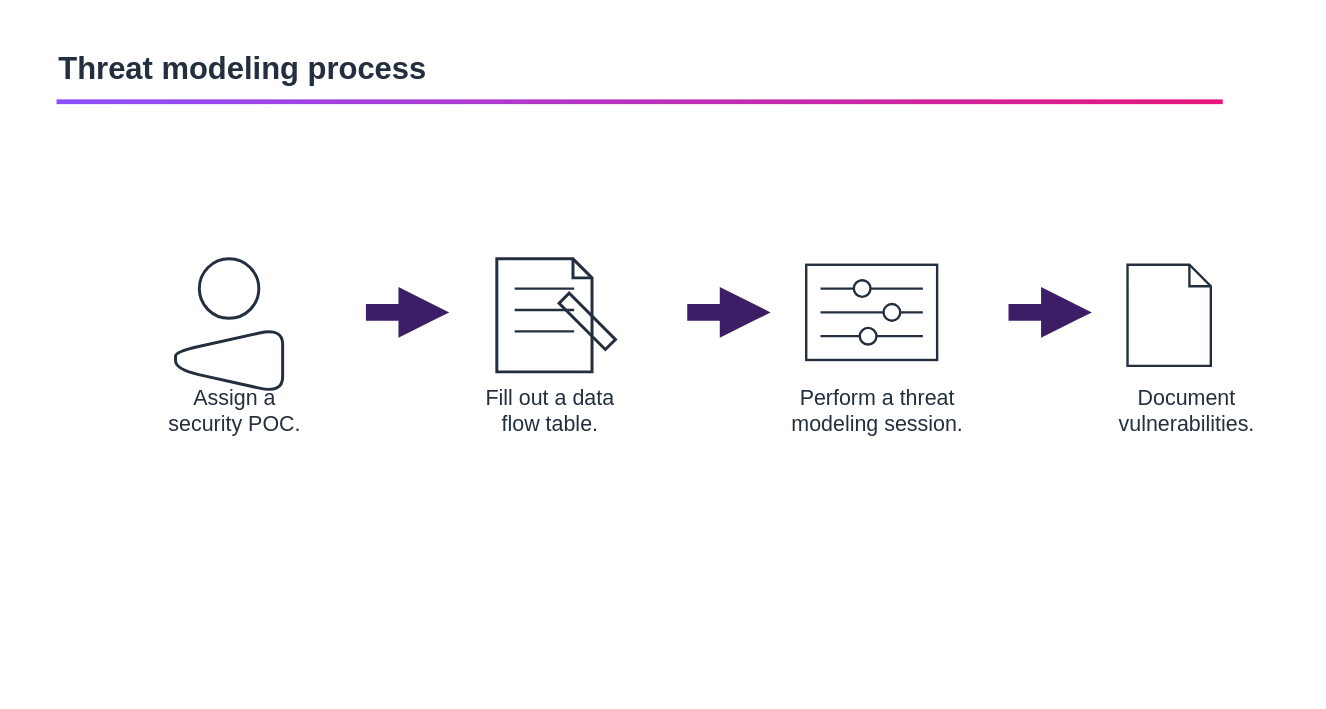
This is scripts/sec-eng-aws/diagrams/src/m01-threat-modeling-process.drawio from schinchli/katalyst-lms-web, a draw.io file, before an edit. Source tidied: cells renumbered, new cells numbered last; positions are measured from the earlier drawing's top-left corner, leaving out a move shared by most shapes. Both pictures are drawn from the tidied source at 119%, with x=0, y=0 at pixel (56, 44). Pictures stored in the file or linked from it are replaced by grey dashed boxes.
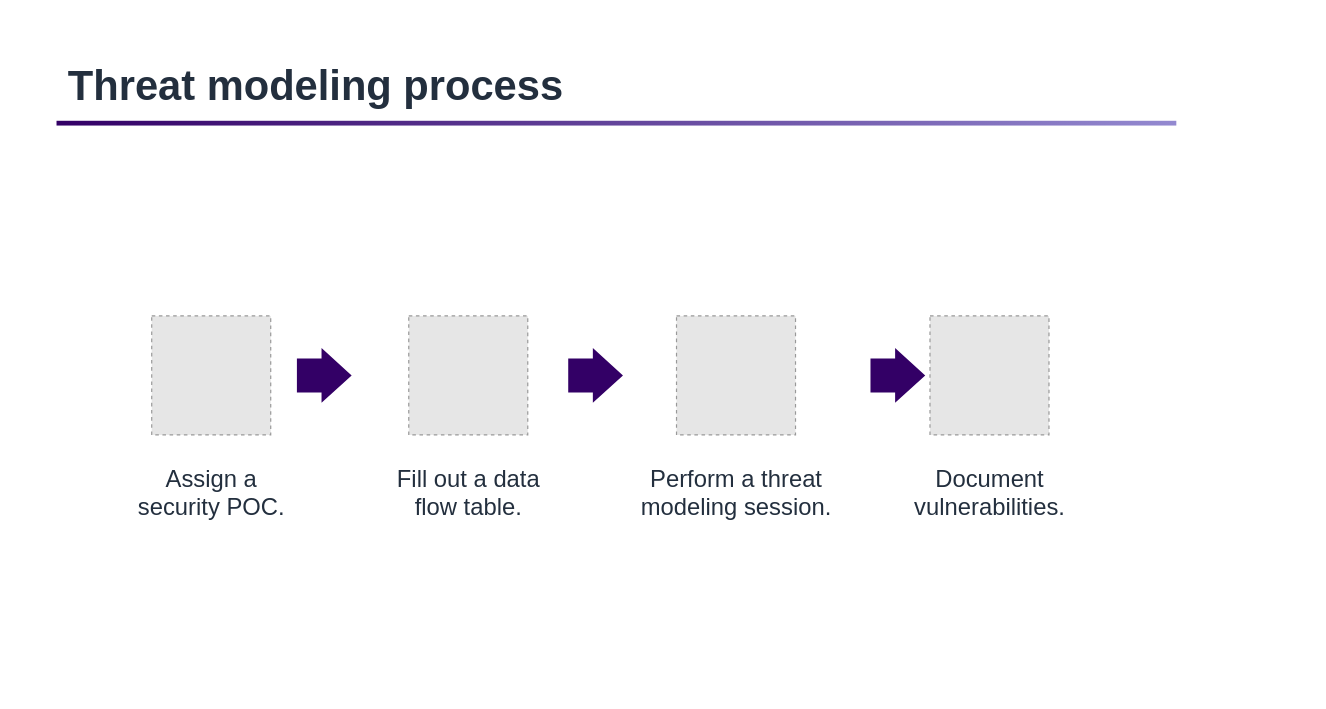
The same diagram, later.

Change to the diagram source:
```diff
@@
+    <mxCell id="26" style="rounded=0;whiteSpace=wrap;html=1;fillColor=#FFFFFF;strokeColor=none;" parent="1" vertex="1">
+      <mxGeometry x="-30" y="-20" width="1000" height="562" as="geometry" />
+    </mxCell>
-    <mxCell id="2" value="Threat modeling process" style="text;html=1;align=left;verticalAlign=middle;fontSize=26;fontStyle=1;fontColor=#232F3E;" parent="1" vertex="1">
-      <mxGeometry width="600" height="40" as="geometry" />
+    <mxCell id="2" value="Threat modeling process" style="text;html=1;align=left;verticalAlign=middle;fontSize=35;fontFamily=Amazon Ember;fontColor=#232F3E;fontStyle=1;" parent="1" vertex="1">
+      <mxGeometry x="8" y="10" width="760" height="48" as="geometry" />
     </mxCell>
-    <mxCell id="3" style="rounded=0;whiteSpace=wrap;html=1;fillColor=#8C4FFF;strokeColor=none;gradientColor=#E7157B;gradientDirection=east;" parent="1" vertex="1">
-      <mxGeometry y="46" width="980" height="4" as="geometry" />
+    <mxCell id="3" style="rounded=0;html=1;fillColor=#330066;gradientColor=#9389D0;gradientDirection=east;strokeColor=none;" parent="1" vertex="1">
+      <mxGeometry y="64" width="941" height="4" as="geometry" />
     </mxCell>
-    <mxCell id="4" style="ellipse;html=1;fillColor=none;strokeColor=#232F3E;strokeWidth=2.5;" parent="1" vertex="1">
-      <mxGeometry x="120" y="180" width="50" height="50" as="geometry" />
-    </mxCell>
-    <mxCell id="5" style="shape=trapezoid;perimeter=trapezoidPerimeter;html=1;fillColor=none;strokeColor=#232F3E;strokeWidth=2.5;arcSize=40;rounded=1;direction=north;fixedSize=1;size=20;" parent="1" vertex="1">
-      <mxGeometry x="100" y="238" width="90" height="55" as="geometry" />
-    </mxCell>
+    <mxCell id="27" style="fillColor=#E6E6E6;strokeColor=#999999;dashed=1;html=1;verticalLabelPosition=bottom;verticalAlign=top;align=center;fontColor=#232F3E;fontSize=13;fontFamily=Amazon Ember;labelBackgroundColor=none;" parent="1" vertex="1">
+      <mxGeometry x="80" y="228" width="100" height="100" as="geometry" />
+    </mxCell>
+    <mxCell id="28" style="fillColor=#E6E6E6;strokeColor=#999999;dashed=1;html=1;verticalLabelPosition=bottom;verticalAlign=top;align=center;fontColor=#232F3E;fontSize=13;fontFamily=Amazon Ember;labelBackgroundColor=none;" parent="1" vertex="1">
+      <mxGeometry x="296" y="228" width="100" height="100" as="geometry" />
+    </mxCell>
+    <mxCell id="29" style="fillColor=#E6E6E6;strokeColor=#999999;dashed=1;html=1;verticalLabelPosition=bottom;verticalAlign=top;align=center;fontColor=#232F3E;fontSize=13;fontFamily=Amazon Ember;labelBackgroundColor=none;" parent="1" vertex="1">
+      <mxGeometry x="521" y="228" width="100" height="100" as="geometry" />
+    </mxCell>
+    <mxCell id="30" style="fillColor=#E6E6E6;strokeColor=#999999;dashed=1;html=1;verticalLabelPosition=bottom;verticalAlign=top;align=center;fontColor=#232F3E;fontSize=13;fontFamily=Amazon Ember;labelBackgroundColor=none;" parent="1" vertex="1">
+      <mxGeometry x="734" y="228" width="100" height="100" as="geometry" />
+    </mxCell>
-    <mxCell id="6" value="Assign a&#10;security POC." style="text;html=1;align=center;verticalAlign=top;fontSize=18;fontColor=#232F3E;whiteSpace=wrap;" parent="1" vertex="1">
-      <mxGeometry x="50" y="280" width="200" height="60" as="geometry" />
+    <mxCell id="6" value="Assign a&#10;security POC." style="text;html=1;align=center;verticalAlign=middle;fontSize=20;fontFamily=Amazon Ember;fontColor=#232F3E;" parent="1" vertex="1">
+      <mxGeometry x="20" y="348" width="220" height="56" as="geometry" />
     </mxCell>
-    <mxCell id="7" style="endArrow=block;html=1;strokeColor=#3B1E66;strokeWidth=14;fillColor=#3B1E66;" parent="1" edge="1">
-      <mxGeometry relative="1" as="geometry">
-        <mxPoint x="260" y="225" as="sourcePoint" />
-        <mxPoint x="330" y="225" as="targetPoint" />
-      </mxGeometry>
-    </mxCell>
-    <mxCell id="8" style="shape=note;html=1;fillColor=none;strokeColor=#232F3E;strokeWidth=2.5;size=16;" parent="1" vertex="1">
-      <mxGeometry x="370" y="180" width="80" height="95" as="geometry" />
-    </mxCell>
-    <mxCell id="9" style="endArrow=none;html=1;strokeColor=#232F3E;strokeWidth=2;" parent="1" edge="1">
-      <mxGeometry relative="1" as="geometry">
-        <mxPoint x="385" y="205" as="sourcePoint" />
-        <mxPoint x="435" y="205" as="targetPoint" />
-      </mxGeometry>
-    </mxCell>
-    <mxCell id="10" style="endArrow=none;html=1;strokeColor=#232F3E;strokeWidth=2;" parent="1" edge="1">
-      <mxGeometry relative="1" as="geometry">
-        <mxPoint x="385" y="223" as="sourcePoint" />
-        <mxPoint x="435" y="223" as="targetPoint" />
-      </mxGeometry>
-    </mxCell>
-    <mxCell id="11" style="endArrow=none;html=1;strokeColor=#232F3E;strokeWidth=2;" parent="1" edge="1">
-      <mxGeometry relative="1" as="geometry">
-        <mxPoint x="385" y="241" as="sourcePoint" />
-        <mxPoint x="435" y="241" as="targetPoint" />
-      </mxGeometry>
-    </mxCell>
-    <mxCell id="12" style="rounded=0;html=1;fillColor=none;strokeColor=#232F3E;strokeWidth=2.5;rotation=-45;" parent="1" vertex="1">
-      <mxGeometry x="440" y="205" width="12" height="55" as="geometry" />
-    </mxCell>
-    <mxCell id="13" value="Fill out a data&#10;flow table." style="text;html=1;align=center;verticalAlign=top;fontSize=18;fontColor=#232F3E;whiteSpace=wrap;" parent="1" vertex="1">
-      <mxGeometry x="315" y="280" width="200" height="60" as="geometry" />
+    <mxCell id="13" value="Fill out a data&#10;flow table." style="text;html=1;align=center;verticalAlign=middle;fontSize=20;fontFamily=Amazon Ember;fontColor=#232F3E;" parent="1" vertex="1">
+      <mxGeometry x="236" y="348" width="220" height="56" as="geometry" />
     </mxCell>
-    <mxCell id="14" style="endArrow=block;html=1;strokeColor=#3B1E66;strokeWidth=14;fillColor=#3B1E66;" parent="1" edge="1">
-      <mxGeometry relative="1" as="geometry">
-        <mxPoint x="530" y="225" as="sourcePoint" />
-        <mxPoint x="600" y="225" as="targetPoint" />
-      </mxGeometry>
-    </mxCell>
-    <mxCell id="15" style="rounded=0;whiteSpace=wrap;html=1;fillColor=none;strokeColor=#232F3E;strokeWidth=2;" parent="1" vertex="1">
-      <mxGeometry x="630" y="185" width="110" height="80" as="geometry" />
-    </mxCell>
-    <mxCell id="16" style="endArrow=none;html=1;strokeColor=#232F3E;strokeWidth=2;" parent="1" edge="1">
-      <mxGeometry relative="1" as="geometry">
-        <mxPoint x="642" y="205" as="sourcePoint" />
-        <mxPoint x="728" y="205" as="targetPoint" />
-      </mxGeometry>
-    </mxCell>
-    <mxCell id="17" style="endArrow=none;html=1;strokeColor=#232F3E;strokeWidth=2;" parent="1" edge="1">
-      <mxGeometry relative="1" as="geometry">
-        <mxPoint x="642" y="225" as="sourcePoint" />
-        <mxPoint x="728" y="225" as="targetPoint" />
-      </mxGeometry>
-    </mxCell>
-    <mxCell id="18" style="endArrow=none;html=1;strokeColor=#232F3E;strokeWidth=2;" parent="1" edge="1">
-      <mxGeometry relative="1" as="geometry">
-        <mxPoint x="642" y="245" as="sourcePoint" />
-        <mxPoint x="728" y="245" as="targetPoint" />
-      </mxGeometry>
-    </mxCell>
-    <mxCell id="19" style="ellipse;html=1;fillColor=#FFFFFF;strokeColor=#232F3E;strokeWidth=2;" parent="1" vertex="1">
-      <mxGeometry x="670" y="198" width="14" height="14" as="geometry" />
-    </mxCell>
-    <mxCell id="20" style="ellipse;html=1;fillColor=#FFFFFF;strokeColor=#232F3E;strokeWidth=2;" parent="1" vertex="1">
-      <mxGeometry x="695" y="218" width="14" height="14" as="geometry" />
-    </mxCell>
-    <mxCell id="21" style="ellipse;html=1;fillColor=#FFFFFF;strokeColor=#232F3E;strokeWidth=2;" parent="1" vertex="1">
-      <mxGeometry x="675" y="238" width="14" height="14" as="geometry" />
-    </mxCell>
-    <mxCell id="22" value="Perform a threat&#10;modeling session." style="text;html=1;align=center;verticalAlign=top;fontSize=18;fontColor=#232F3E;whiteSpace=wrap;" parent="1" vertex="1">
-      <mxGeometry x="580" y="280" width="220" height="60" as="geometry" />
+    <mxCell id="22" value="Perform a threat&#10;modeling session." style="text;html=1;align=center;verticalAlign=middle;fontSize=20;fontFamily=Amazon Ember;fontColor=#232F3E;" parent="1" vertex="1">
+      <mxGeometry x="461" y="348" width="220" height="56" as="geometry" />
     </mxCell>
-    <mxCell id="23" style="endArrow=block;html=1;strokeColor=#3B1E66;strokeWidth=14;fillColor=#3B1E66;" parent="1" edge="1">
-      <mxGeometry relative="1" as="geometry">
-        <mxPoint x="800" y="225" as="sourcePoint" />
-        <mxPoint x="870" y="225" as="targetPoint" />
-      </mxGeometry>
-    </mxCell>
-    <mxCell id="24" style="shape=note;html=1;fillColor=none;strokeColor=#232F3E;strokeWidth=2;size=18;" parent="1" vertex="1">
-      <mxGeometry x="900" y="185" width="70" height="85" as="geometry" />
-    </mxCell>
-    <mxCell id="25" value="Document&#10;vulnerabilities." style="text;html=1;align=center;verticalAlign=top;fontSize=18;fontColor=#232F3E;whiteSpace=wrap;" parent="1" vertex="1">
-      <mxGeometry x="850" y="280" width="200" height="60" as="geometry" />
+    <mxCell id="25" value="Document&#10;vulnerabilities." style="text;html=1;align=center;verticalAlign=middle;fontSize=20;fontFamily=Amazon Ember;fontColor=#232F3E;" parent="1" vertex="1">
+      <mxGeometry x="674" y="348" width="220" height="56" as="geometry" />
     </mxCell>
+    <mxCell id="31" style="shape=singleArrow;direction=east;html=1;fillColor=#330066;strokeColor=none;arrowWidth=0.62;arrowSize=0.55;" parent="1" vertex="1">
+      <mxGeometry x="202" y="255" width="46" height="46" as="geometry" />
+    </mxCell>
+    <mxCell id="32" style="shape=singleArrow;direction=east;html=1;fillColor=#330066;strokeColor=none;arrowWidth=0.62;arrowSize=0.55;" parent="1" vertex="1">
+      <mxGeometry x="430" y="255" width="46" height="46" as="geometry" />
+    </mxCell>
+    <mxCell id="33" style="shape=singleArrow;direction=east;html=1;fillColor=#330066;strokeColor=none;arrowWidth=0.62;arrowSize=0.55;" parent="1" vertex="1">
+      <mxGeometry x="684" y="255" width="46" height="46" as="geometry" />
+    </mxCell>
```
